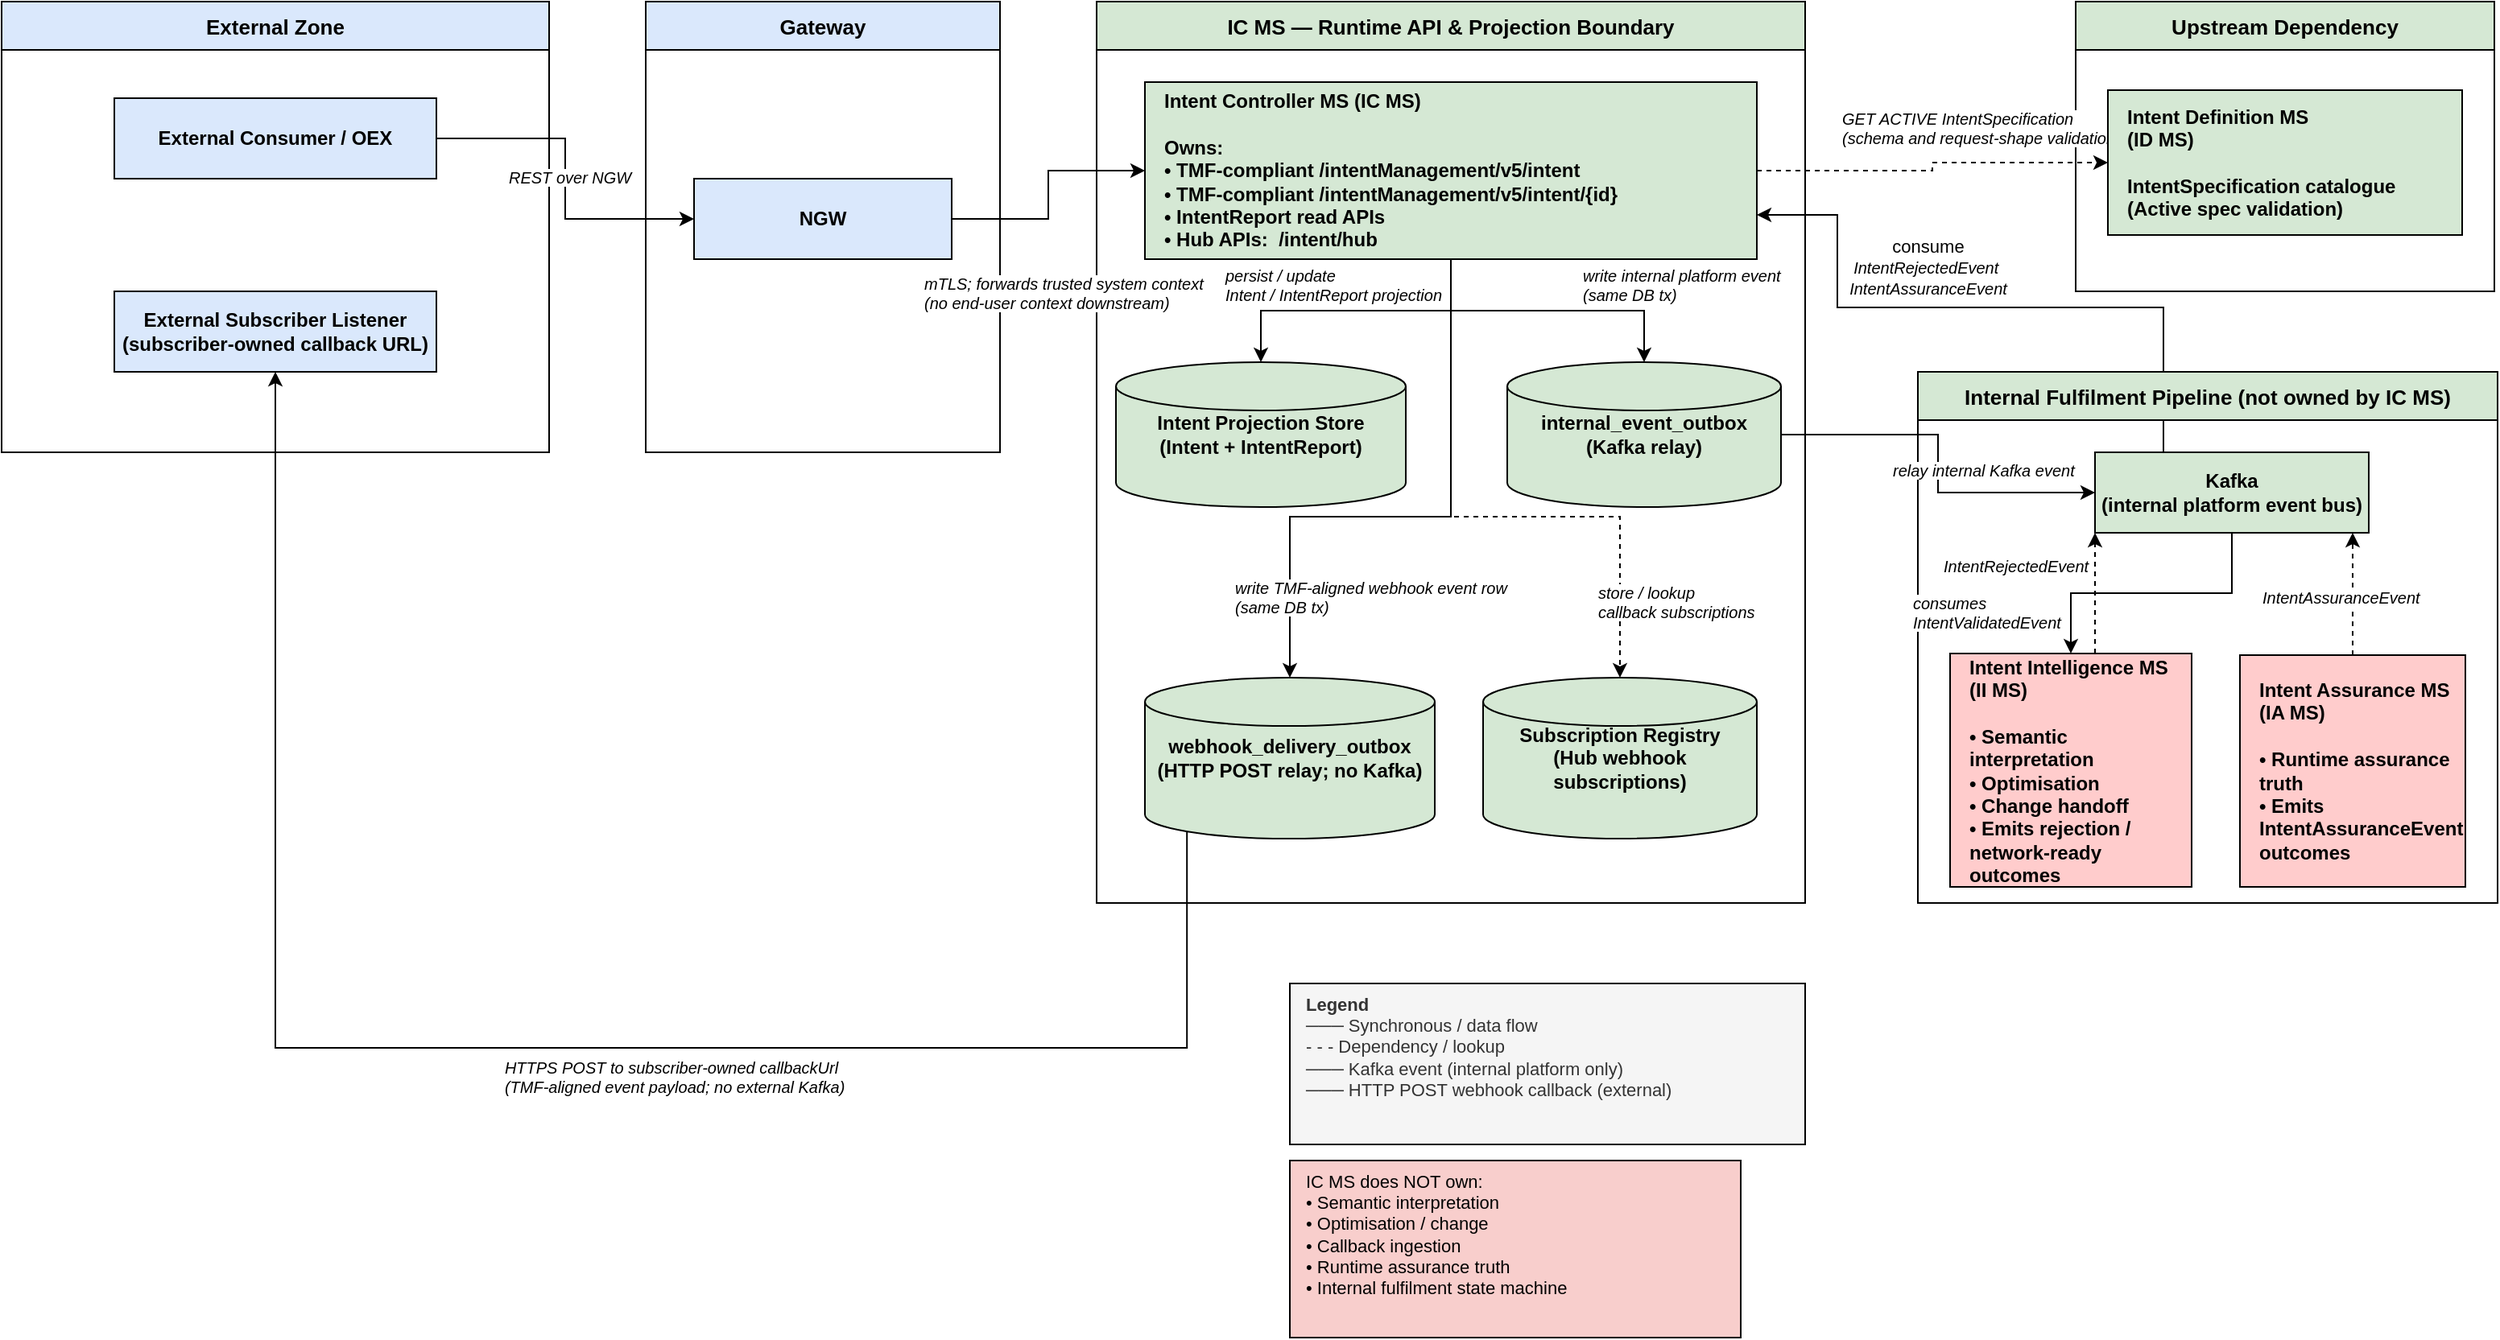
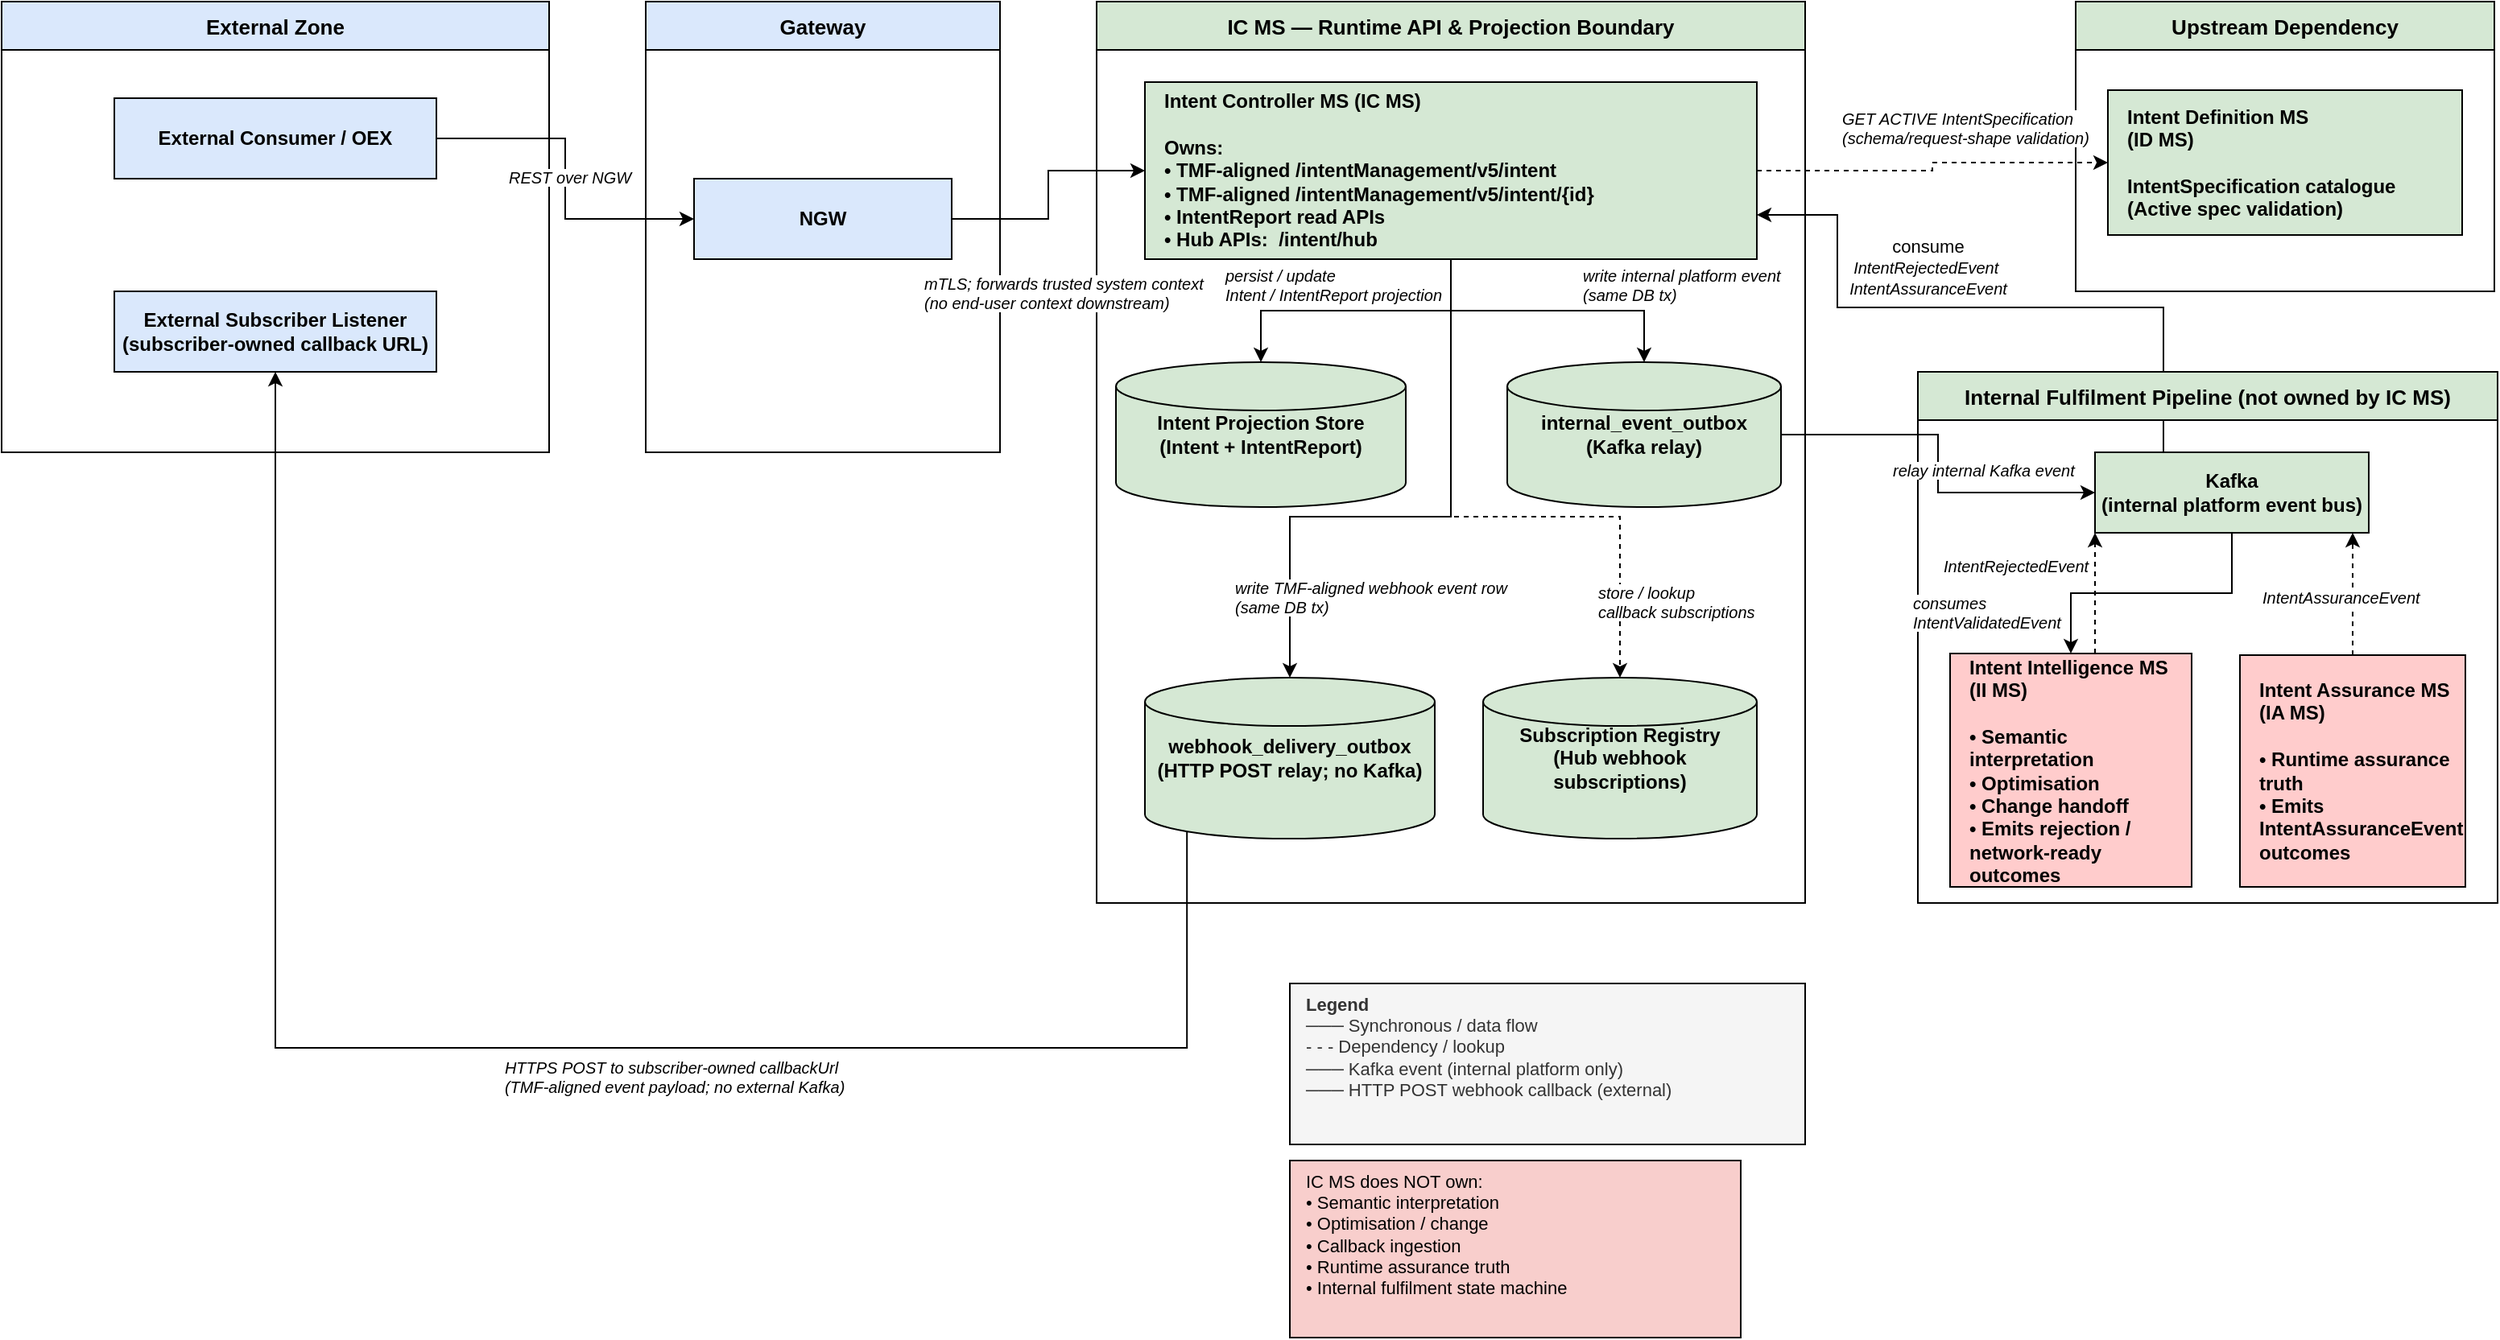
<mxfile host="65bd71144e">
    <diagram name="IC MS - Logical View" id="ic-ms-logical-view">
        <mxGraphModel dx="665" dy="639" grid="1" gridSize="10" guides="1" tooltips="1" connect="1" arrows="1" fold="1" page="1" pageScale="1" pageWidth="1654" pageHeight="1169" math="0" shadow="0" adaptiveColors="none">
            <root>
                <mxCell id="0"/>
                <mxCell id="1" parent="0"/>
                <mxCell id="zone_external" value="External Zone" style="swimlane;startSize=30;fillColor=#dae8fc;strokeColor=default;fontStyle=1;fontSize=13;horizontal=1;container=0;rounded=0;" parent="1" vertex="1">
                    <mxGeometry x="40" y="40" width="340" height="280" as="geometry"/>
                </mxCell>
                <mxCell id="zone_gateway" value="Gateway" style="swimlane;startSize=30;fillColor=#dae8fc;strokeColor=default;fontStyle=1;fontSize=13;horizontal=1;container=0;rounded=0;" parent="1" vertex="1">
                    <mxGeometry x="440" y="40" width="220" height="280" as="geometry"/>
                </mxCell>
                <mxCell id="zone_icms" value="IC MS — Runtime API &amp; Projection Boundary" style="swimlane;startSize=30;fillColor=#d5e8d4;strokeColor=default;fontStyle=1;fontSize=13;horizontal=1;container=0;rounded=0;" parent="1" vertex="1">
                    <mxGeometry x="720" y="40" width="440" height="560" as="geometry"/>
                </mxCell>
                <mxCell id="zone_idms" value="Upstream Dependency" style="swimlane;startSize=30;fillColor=#d5e8d4;strokeColor=default;fontStyle=1;fontSize=13;horizontal=1;container=0;rounded=0;" parent="1" vertex="1">
                    <mxGeometry x="1328" y="40" width="260" height="180" as="geometry"/>
                </mxCell>
                <mxCell id="0MlcjW0cjBZ2ITzH3IxV-1" style="edgeStyle=orthogonalEdgeStyle;rounded=0;orthogonalLoop=1;jettySize=auto;html=1;fillColor=#d5e8d4;strokeColor=default;exitX=0.25;exitY=0;exitDx=0;exitDy=0;entryX=1;entryY=0.75;entryDx=0;entryDy=0;" parent="1" source="kafka" target="icms_core" edge="1">
                    <mxGeometry relative="1" as="geometry">
                        <mxPoint x="1400" y="310" as="sourcePoint"/>
                        <mxPoint x="1130" y="230" as="targetPoint"/>
                        <Array as="points">
                            <mxPoint x="1383" y="230"/>
                            <mxPoint x="1180" y="230"/>
                            <mxPoint x="1180" y="173"/>
                        </Array>
                    </mxGeometry>
                </mxCell>
                <mxCell id="2" value="consume&lt;div&gt;&lt;span style=&quot;color: rgb(0, 0, 0); font-size: 10px; font-style: italic; text-align: left;&quot;&gt;IntentRejectedEvent&amp;nbsp;&lt;br&gt;&lt;span style=&quot;color: rgb(0, 0, 0);&quot;&gt;IntentAssuranceEvent&lt;/span&gt;&lt;/span&gt;&lt;/div&gt;" style="edgeLabel;html=1;align=center;verticalAlign=middle;resizable=0;points=[];rounded=0;" parent="0MlcjW0cjBZ2ITzH3IxV-1" vertex="1" connectable="0">
                    <mxGeometry x="0.4455" y="-1" relative="1" as="geometry">
                        <mxPoint x="52" y="-24" as="offset"/>
                    </mxGeometry>
                </mxCell>
                <mxCell id="zone_internal" value="Internal Fulfilment Pipeline (not owned by IC MS)" style="swimlane;startSize=30;fillColor=#d5e8d4;strokeColor=default;fontStyle=1;fontSize=13;horizontal=1;container=0;rounded=0;" parent="1" vertex="1">
                    <mxGeometry x="1230" y="270" width="360" height="330" as="geometry"/>
                </mxCell>
                <mxCell id="e1" style="edgeStyle=orthogonalEdgeStyle;rounded=0;" parent="1" source="ext_consumer" target="gateway" edge="1">
                    <mxGeometry relative="1" as="geometry"/>
                </mxCell>
                <mxCell id="e1_lbl" value="REST over NGW" style="edgeLabel;fontSize=10;fontStyle=2;container=0;rounded=0;" parent="e1" connectable="0" vertex="1">
                    <mxGeometry relative="0.5" as="geometry">
                        <mxPoint x="-37" y="-13" as="offset"/>
                    </mxGeometry>
                </mxCell>
                <mxCell id="e2" style="edgeStyle=orthogonalEdgeStyle;rounded=0;" parent="1" source="gateway" target="icms_core" edge="1">
                    <mxGeometry relative="1" as="geometry"/>
                </mxCell>
                <mxCell id="e2_lbl" value="mTLS; forwards trusted system context&#xa;(no end-user context downstream)" style="edgeLabel;fontSize=10;fontStyle=2;container=0;rounded=0;" parent="e2" connectable="0" vertex="1">
                    <mxGeometry relative="0.5" as="geometry">
                        <mxPoint x="-79" y="43" as="offset"/>
                    </mxGeometry>
                </mxCell>
                <mxCell id="e3" style="edgeStyle=orthogonalEdgeStyle;rounded=0;dashed=1;fillColor=#d5e8d4;strokeColor=default;" parent="1" source="icms_core" target="idms" edge="1">
                    <mxGeometry relative="1" as="geometry"/>
                </mxCell>
-                 <mxCell id="e3_lbl" value="GET ACTIVE IntentSpecification&#xa;(schema and request-shape validation)" style="edgeLabel;fontSize=10;fontStyle=2;container=0;rounded=0;" parent="e3" connectable="0" vertex="1">
+                 <mxCell id="e3_lbl" value="GET ACTIVE IntentSpecification&#xa;(schema/request-shape validation)" style="edgeLabel;fontSize=10;fontStyle=2;container=0;rounded=0;" parent="e3" connectable="0" vertex="1">
                    <mxGeometry relative="0.5" as="geometry">
                        <mxPoint x="-58" y="-42" as="offset"/>
                    </mxGeometry>
                </mxCell>
                <mxCell id="e4" style="edgeStyle=orthogonalEdgeStyle;rounded=0;fillColor=#d5e8d4;strokeColor=default;" parent="1" source="icms_core" target="intent_store" edge="1">
                    <mxGeometry relative="1" as="geometry"/>
                </mxCell>
                <mxCell id="e4_lbl" value="persist / update&#xa;Intent / IntentReport projection" style="edgeLabel;fontSize=10;fontStyle=2;container=0;rounded=0;" parent="e4" connectable="0" vertex="1">
                    <mxGeometry relative="0.5" as="geometry">
                        <mxPoint x="-83" y="-34" as="offset"/>
                    </mxGeometry>
                </mxCell>
                <mxCell id="e5" style="edgeStyle=orthogonalEdgeStyle;rounded=0;fillColor=#d5e8d4;strokeColor=default;" parent="1" source="icms_core" target="int_outbox" edge="1">
                    <mxGeometry relative="1" as="geometry"/>
                </mxCell>
                <mxCell id="e5_lbl" value="write internal platform event&#xa;(same DB tx)" style="edgeLabel;fontSize=10;fontStyle=2;container=0;rounded=0;" parent="e5" connectable="0" vertex="1">
                    <mxGeometry relative="0.5" as="geometry">
                        <mxPoint x="20" y="-34" as="offset"/>
                    </mxGeometry>
                </mxCell>
                <mxCell id="e6" style="edgeStyle=orthogonalEdgeStyle;rounded=0;fillColor=#d5e8d4;strokeColor=default;" parent="1" source="int_outbox" target="kafka" edge="1">
                    <mxGeometry relative="1" as="geometry"/>
                </mxCell>
                <mxCell id="e6_lbl" value="relay internal Kafka event" style="edgeLabel;fontSize=10;fontStyle=2;container=0;rounded=0;" parent="e6" connectable="0" vertex="1">
                    <mxGeometry relative="0.5" as="geometry">
                        <mxPoint x="-30" y="-8" as="offset"/>
                    </mxGeometry>
                </mxCell>
                <mxCell id="e7" style="edgeStyle=orthogonalEdgeStyle;rounded=0;fillColor=#d5e8d4;strokeColor=default;" parent="1" source="kafka" target="iims" edge="1">
                    <mxGeometry relative="1" as="geometry"/>
                </mxCell>
                <mxCell id="e7_lbl" value="consumes&#xa;IntentValidatedEvent" style="edgeLabel;fontSize=10;fontStyle=2;container=0;rounded=0;" parent="e7" connectable="0" vertex="1">
                    <mxGeometry relative="0.5" as="geometry">
                        <mxPoint x="-150" y="-6" as="offset"/>
                    </mxGeometry>
                </mxCell>
                <mxCell id="e8" style="edgeStyle=orthogonalEdgeStyle;rounded=0;dashed=1;fillColor=#d5e8d4;strokeColor=default;" parent="1" source="iims" target="kafka" edge="1">
                    <mxGeometry relative="1" as="geometry">
                        <Array as="points">
                            <mxPoint x="1310" y="490"/>
                            <mxPoint x="1380" y="490"/>
                            <mxPoint x="1380" y="360"/>
                        </Array>
                    </mxGeometry>
                </mxCell>
                <mxCell id="e8_lbl" value="IntentRejectedEvent " style="edgeLabel;fontSize=10;fontStyle=2;container=0;rounded=0;" parent="e8" connectable="0" vertex="1">
                    <mxGeometry relative="0.5" as="geometry">
                        <mxPoint x="-96" y="-29" as="offset"/>
                    </mxGeometry>
                </mxCell>
                <mxCell id="e9" style="edgeStyle=orthogonalEdgeStyle;rounded=0;dashed=1;fillColor=#d5e8d4;strokeColor=default;" parent="1" source="iams" target="kafka" edge="1">
                    <mxGeometry relative="1" as="geometry">
                        <Array as="points">
                            <mxPoint x="1450" y="490"/>
                            <mxPoint x="1450" y="360"/>
                        </Array>
                    </mxGeometry>
                </mxCell>
                <mxCell id="e9_lbl" value="IntentAssuranceEvent" style="edgeLabel;fontSize=10;fontStyle=2;container=0;rounded=0;" parent="e9" connectable="0" vertex="1">
                    <mxGeometry relative="0.5" as="geometry">
                        <mxPoint x="-58" y="-10" as="offset"/>
                    </mxGeometry>
                </mxCell>
                <mxCell id="e11" style="edgeStyle=orthogonalEdgeStyle;rounded=0;fillColor=#d5e8d4;strokeColor=default;" parent="1" source="icms_core" target="webhook_outbox" edge="1">
                    <mxGeometry relative="1" as="geometry">
                        <Array as="points">
                            <mxPoint x="940" y="360"/>
                            <mxPoint x="840" y="360"/>
                        </Array>
                    </mxGeometry>
                </mxCell>
                <mxCell id="e11_lbl" value="write TMF-aligned webhook event row&#xa;(same DB tx)" style="edgeLabel;fontSize=10;fontStyle=2;container=0;rounded=0;" parent="e11" connectable="0" vertex="1">
                    <mxGeometry relative="0.5" as="geometry">
                        <mxPoint x="-116" y="32" as="offset"/>
                    </mxGeometry>
                </mxCell>
                <mxCell id="e12" style="edgeStyle=orthogonalEdgeStyle;rounded=0;strokeColor=default;exitX=0.145;exitY=1;exitDx=0;exitDy=-4.35;exitPerimeter=0;" parent="1" source="webhook_outbox" target="ext_subscriber" edge="1">
                    <mxGeometry relative="1" as="geometry">
                        <Array as="points">
                            <mxPoint x="776" y="690"/>
                            <mxPoint x="210" y="690"/>
                        </Array>
                    </mxGeometry>
                </mxCell>
                <mxCell id="e12_lbl" value="HTTPS POST to subscriber-owned callbackUrl&#xa;(TMF-aligned event payload; no external Kafka)" style="edgeLabel;fontSize=10;fontStyle=2;container=0;rounded=0;" parent="e12" connectable="0" vertex="1">
                    <mxGeometry relative="0.5" as="geometry"/>
                </mxCell>
                <mxCell id="e13" style="edgeStyle=orthogonalEdgeStyle;rounded=0;dashed=1;fillColor=#d5e8d4;strokeColor=default;" parent="1" source="icms_core" target="sub_registry" edge="1">
                    <mxGeometry relative="1" as="geometry">
                        <Array as="points">
                            <mxPoint x="940" y="360"/>
                            <mxPoint x="1045" y="360"/>
                        </Array>
                    </mxGeometry>
                </mxCell>
                <mxCell id="e13_lbl" value="store / lookup&#xa;callback subscriptions" style="edgeLabel;fontSize=10;fontStyle=2;container=0;rounded=0;" parent="e13" connectable="0" vertex="1">
                    <mxGeometry relative="0.5" as="geometry">
                        <mxPoint x="67" y="35" as="offset"/>
                    </mxGeometry>
                </mxCell>
                <mxCell id="legend" value="&lt;b&gt;Legend&lt;/b&gt;&#xa;─── Synchronous / data flow&#xa;- - - Dependency / lookup&#xa;─── Kafka event (internal platform only)&#xa;─── HTTP POST webhook callback (external)" style="text;html=1;strokeColor=default;fillColor=#f5f5f5;align=left;verticalAlign=top;spacingLeft=8;fontSize=11;fontColor=#333333;container=0;rounded=0;" parent="1" vertex="1">
                    <mxGeometry x="840" y="650" width="320" height="100" as="geometry"/>
                </mxCell>
                <mxCell id="not_owned_note" value="IC MS does NOT own:&#xa;• Semantic interpretation&#xa;• Optimisation / change&#xa;• Callback ingestion&#xa;• Runtime assurance truth&#xa;• Internal fulfilment state machine" style="text;html=1;strokeColor=default;fillColor=#f8cecc;align=left;verticalAlign=top;spacingLeft=8;fontSize=11;container=0;rounded=0;" parent="1" vertex="1">
                    <mxGeometry x="840" y="760" width="280" height="110" as="geometry"/>
                </mxCell>
                <mxCell id="ext_consumer" value="External Consumer / OEX" style="rounded=0;whiteSpace=wrap;html=1;fillColor=#dae8fc;strokeColor=default;fontStyle=1;fontSize=12;container=0;" parent="1" vertex="1">
                    <mxGeometry x="110" y="100" width="200" height="50" as="geometry"/>
                </mxCell>
                <mxCell id="ext_subscriber" value="External Subscriber Listener&#xa;(subscriber-owned callback URL)" style="rounded=0;whiteSpace=wrap;html=1;fillColor=#dae8fc;strokeColor=default;fontStyle=1;fontSize=12;container=0;" parent="1" vertex="1">
                    <mxGeometry x="110" y="220" width="200" height="50" as="geometry"/>
                </mxCell>
                <mxCell id="gateway" value="NGW" style="rounded=0;whiteSpace=wrap;html=1;fillColor=#dae8fc;strokeColor=default;fontStyle=1;fontSize=12;container=0;" parent="1" vertex="1">
                    <mxGeometry x="470" y="150" width="160" height="50" as="geometry"/>
                </mxCell>
-                 <mxCell id="icms_core" value="Intent Controller MS (IC MS)&lt;br&gt;&lt;br&gt;Owns:&lt;br&gt;• TMF-compliant /intentManagement/v5/intent&lt;br&gt;• TMF-compliant /intentManagement/v5/intent/{id}&lt;br&gt;• IntentReport read APIs&lt;br&gt;• Hub APIs:&amp;nbsp; /intent/hub" style="rounded=0;whiteSpace=wrap;html=1;fillColor=#d5e8d4;strokeColor=default;fontStyle=1;fontSize=12;align=left;spacingLeft=10;container=0;" parent="1" vertex="1">
+                 <mxCell id="icms_core" value="Intent Controller MS (IC MS)&lt;br&gt;&lt;br&gt;Owns:&lt;br&gt;• TMF-aligned /intentManagement/v5/intent&lt;br&gt;• TMF-aligned /intentManagement/v5/intent/{id}&lt;br&gt;• IntentReport read APIs&lt;br&gt;• Hub APIs:&amp;nbsp; /intent/hub" style="rounded=0;whiteSpace=wrap;html=1;fillColor=#d5e8d4;strokeColor=default;fontStyle=1;fontSize=12;align=left;spacingLeft=10;container=0;" parent="1" vertex="1">
                    <mxGeometry x="750" y="90" width="380" height="110" as="geometry"/>
                </mxCell>
                <mxCell id="intent_store" value="Intent Projection Store&#xa;(Intent + IntentReport)" style="shape=cylinder3;whiteSpace=wrap;html=1;fillColor=#d5e8d4;strokeColor=default;fontStyle=1;fontSize=12;container=0;rounded=0;" parent="1" vertex="1">
                    <mxGeometry x="732" y="264" width="180" height="90" as="geometry"/>
                </mxCell>
                <mxCell id="int_outbox" value="internal_event_outbox&#xa;(Kafka relay)" style="shape=cylinder3;whiteSpace=wrap;html=1;fillColor=#d5e8d4;strokeColor=default;fontStyle=1;fontSize=12;container=0;rounded=0;" parent="1" vertex="1">
                    <mxGeometry x="975" y="264" width="170" height="90" as="geometry"/>
                </mxCell>
                <mxCell id="webhook_outbox" value="webhook_delivery_outbox&#xa;(HTTP POST relay; no Kafka)" style="shape=cylinder3;whiteSpace=wrap;html=1;fillColor=#d5e8d4;strokeColor=default;fontStyle=1;fontSize=12;container=0;rounded=0;" parent="1" vertex="1">
                    <mxGeometry x="750" y="460" width="180" height="100" as="geometry"/>
                </mxCell>
                <mxCell id="sub_registry" value="Subscription Registry&#xa;(Hub webhook subscriptions)" style="shape=cylinder3;whiteSpace=wrap;html=1;fillColor=#d5e8d4;strokeColor=default;fontStyle=1;fontSize=12;container=0;rounded=0;" parent="1" vertex="1">
                    <mxGeometry x="960" y="460" width="170" height="100" as="geometry"/>
                </mxCell>
                <mxCell id="idms" value="Intent Definition MS&#xa;(ID MS)&#xa;&#xa;IntentSpecification catalogue&#xa;(Active spec validation)" style="rounded=0;whiteSpace=wrap;html=1;fillColor=#d5e8d4;strokeColor=default;fontStyle=1;fontSize=12;align=left;spacingLeft=10;container=0;" parent="1" vertex="1">
                    <mxGeometry x="1348" y="95" width="220" height="90" as="geometry"/>
                </mxCell>
                <mxCell id="kafka" value="Kafka&#xa;(internal platform event bus)" style="rounded=0;whiteSpace=wrap;html=1;fillColor=#d5e8d4;strokeColor=default;fontStyle=1;fontSize=12;container=0;" parent="1" vertex="1">
                    <mxGeometry x="1340" y="320" width="170" height="50" as="geometry"/>
                </mxCell>
                <mxCell id="iims" value="Intent Intelligence MS&lt;br&gt;(II MS)&lt;br&gt;&lt;br&gt;• Semantic interpretation&lt;br&gt;• Optimisation&lt;br&gt;• Change handoff&lt;br&gt;• Emits rejection / network-ready outcomes" style="rounded=0;whiteSpace=wrap;html=1;fillColor=#ffcccc;strokeColor=default;fontStyle=1;fontSize=12;align=left;spacingLeft=10;container=0;" parent="1" vertex="1">
                    <mxGeometry x="1250" y="445" width="150" height="145" as="geometry"/>
                </mxCell>
                <mxCell id="iams" value="Intent Assurance MS&#xa;(IA MS)&#xa;&#xa;• Runtime assurance truth&#xa;• Emits IntentAssuranceEvent outcomes" style="rounded=0;whiteSpace=wrap;html=1;fillColor=#ffcccc;strokeColor=default;fontStyle=1;fontSize=12;align=left;spacingLeft=10;container=0;" parent="1" vertex="1">
                    <mxGeometry x="1430" y="446" width="140" height="144" as="geometry"/>
                </mxCell>
            </root>
        </mxGraphModel>
    </diagram>
</mxfile>